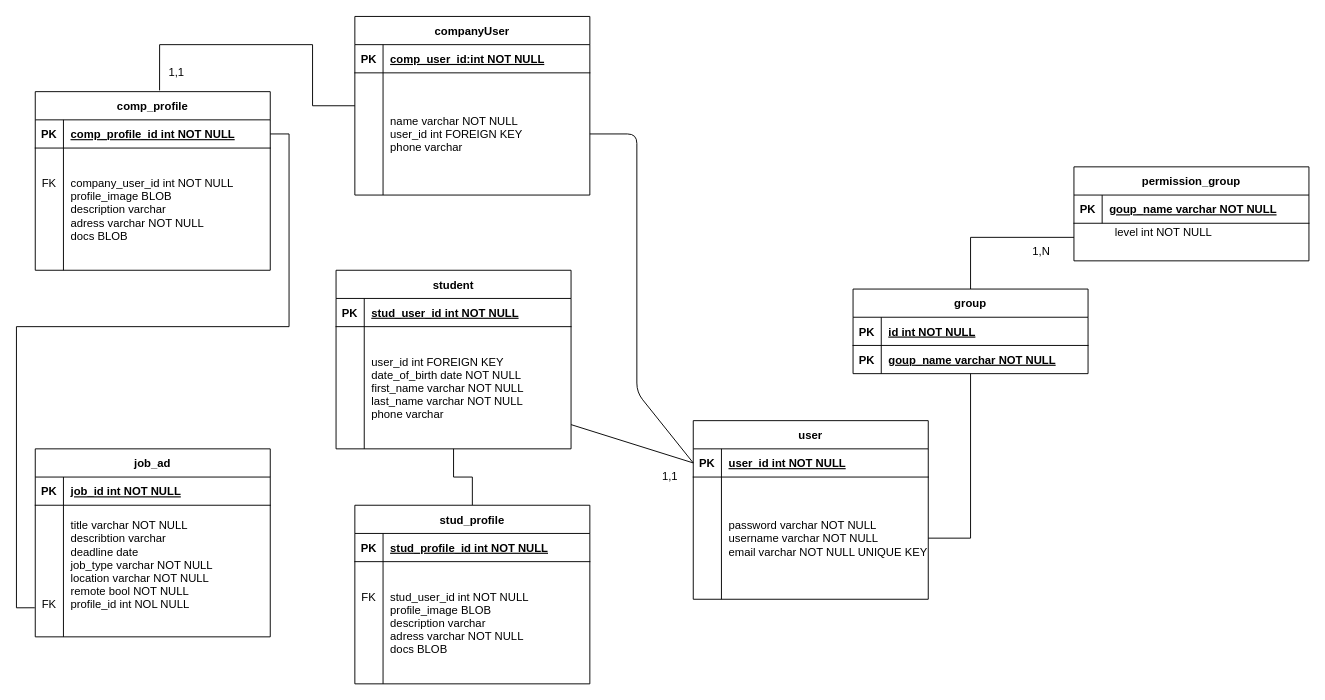
Above: page "Logisch" (1 of 2) of doc/diagram/ERDiagram.drawio in KlaraGolubovic/SE02 (draw.io), before the change. Source tidied: cells renumbered, new cells numbered last; positions are measured from the earlier drawing's top-left corner, leaving out a move shared by most shapes. Both pictures are drawn from the tidied source at 94%, with x=0, y=0 at pixel (35, 16).
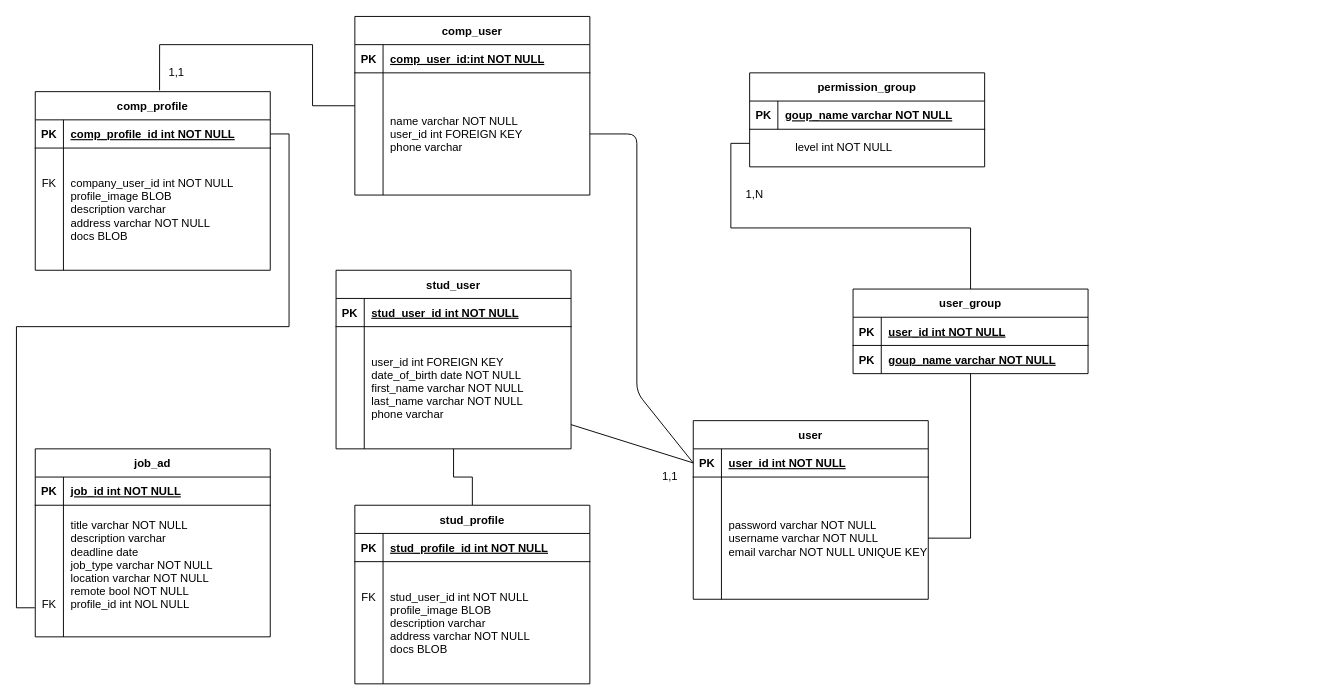
The same diagram, later.

Unchanged cells that the change refers to:
```xml
<mxCell id="10" style="shape=partialRectangle;fillColor=none;points=[[0,0.5],[1,0.5]];portConstraint=eastwest;top=0;left=0;right=0;bottom=0;" parent="6" vertex="1">
  <mxGeometry y="60" width="250" height="140" as="geometry" />
</mxCell>
<mxCell id="17" style="shape=partialRectangle;fillColor=none;top=0;left=0;right=0;bottom=0;" parent="13" vertex="1">
  <mxGeometry y="60" width="250" height="130" as="geometry" />
</mxCell>
<mxCell id="42" style="shape=partialRectangle;fillColor=none;top=0;left=0;right=0;bottom=0;" parent="38" vertex="1">
  <mxGeometry y="60" width="250" height="130" as="geometry" />
</mxCell>
<mxCell id="48" style="shape=partialRectangle;fillColor=none;top=0;left=0;right=0;bottom=1;" parent="47" vertex="1">
  <mxGeometry y="30" width="250" height="30" as="geometry" />
</mxCell>
```

What changed in the source:
```diff
@@
     <mxCell id="2" value="permission_group" style="shape=table;startSize=30;childLayout=tableLayout;rowLines=0;fontStyle=1;align=center;" parent="1" vertex="1">
-      <mxGeometry x="1105" y="160" width="250" height="100" as="geometry" />
+      <mxGeometry x="760" y="60" width="250" height="100" as="geometry" />
     </mxCell>
@@
-    <mxCell id="12" value="title varchar NOT NULL&#10;describtion varchar&#10;deadline date&#10;job_type varchar NOT NULL&#10;location varchar NOT NULL&#10;remote bool NOT NULL&#10;profile_id int NOL NULL&#10;" style="shape=partialRectangle;overflow=hidden;fillColor=none;top=0;left=0;bottom=0;right=0;align=left;spacingLeft=6;" parent="10" vertex="1">
+    <mxCell id="12" value="title varchar NOT NULL&#10;description varchar&#10;deadline date&#10;job_type varchar NOT NULL&#10;location varchar NOT NULL&#10;remote bool NOT NULL&#10;profile_id int NOL NULL&#10;" style="shape=partialRectangle;overflow=hidden;fillColor=none;top=0;left=0;bottom=0;right=0;align=left;spacingLeft=6;" parent="10" vertex="1">
       <mxGeometry x="30" width="220" height="140" as="geometry" />
     </mxCell>
@@
-    <mxCell id="19" value="company_user_id int NOT NULL&#10;profile_image BLOB&#10;description varchar &#10;adress varchar NOT NULL&#10;docs BLOB" style="shape=partialRectangle;overflow=hidden;fillColor=none;top=0;left=0;bottom=0;right=0;align=left;spacingLeft=6;fontStyle=0;" parent="17" vertex="1">
+    <mxCell id="19" value="company_user_id int NOT NULL&#10;profile_image BLOB&#10;description varchar &#10;address varchar NOT NULL&#10;docs BLOB" style="shape=partialRectangle;overflow=hidden;fillColor=none;top=0;left=0;bottom=0;right=0;align=left;spacingLeft=6;fontStyle=0;" parent="17" vertex="1">
       <mxGeometry x="30" width="220" height="130" as="geometry" />
     </mxCell>
@@
     <mxCell id="21" value="level int NOT NULL" style="text;html=1;align=center;verticalAlign=middle;strokeColor=none;fillColor=none;" parent="1" vertex="1">
-      <mxGeometry x="1140" y="220" width="120" height="20" as="geometry" />
+      <mxGeometry x="800" y="130" width="120" height="20" as="geometry" />
     </mxCell>
@@
-    <mxCell id="23" value="student" style="shape=table;startSize=30;childLayout=tableLayout;rowLines=0;fontStyle=1;align=center;" parent="1" vertex="1">
+    <mxCell id="23" value="stud_user" style="shape=table;startSize=30;childLayout=tableLayout;rowLines=0;fontStyle=1;align=center;" parent="1" vertex="1">
       <mxGeometry x="320" y="270" width="250" height="190" as="geometry" />
     </mxCell>
@@
-    <mxCell id="31" value="companyUser" style="shape=table;startSize=30;childLayout=tableLayout;rowLines=0;fontStyle=1;align=center;" parent="1" vertex="1">
+    <mxCell id="31" value="comp_user" style="shape=table;startSize=30;childLayout=tableLayout;rowLines=0;fontStyle=1;align=center;" parent="1" vertex="1">
       <mxGeometry x="340" width="250" height="190" as="geometry" />
     </mxCell>
@@
-    <mxCell id="44" value="stud_user_id int NOT NULL&#10;profile_image BLOB&#10;description varchar &#10;adress varchar NOT NULL&#10;docs BLOB" style="shape=partialRectangle;overflow=hidden;fillColor=none;top=0;left=0;bottom=0;right=0;align=left;spacingLeft=6;" parent="42" vertex="1">
+    <mxCell id="44" value="stud_user_id int NOT NULL&#10;profile_image BLOB&#10;description varchar &#10;address varchar NOT NULL&#10;docs BLOB" style="shape=partialRectangle;overflow=hidden;fillColor=none;top=0;left=0;bottom=0;right=0;align=left;spacingLeft=6;" parent="42" vertex="1">
       <mxGeometry x="30" width="220" height="130" as="geometry" />
     </mxCell>
@@
-    <mxCell id="47" value="group" style="shape=table;startSize=30;childLayout=tableLayout;rowLines=0;fontStyle=1;align=center;" parent="1" vertex="1">
+    <mxCell id="47" value="user_group" style="shape=table;startSize=30;childLayout=tableLayout;rowLines=0;fontStyle=1;align=center;" parent="1" vertex="1">
       <mxGeometry x="870" y="290" width="250" height="90" as="geometry" />
     </mxCell>
@@
-    <mxCell id="50" value="id int NOT NULL" style="shape=partialRectangle;overflow=hidden;fillColor=none;top=0;left=0;bottom=0;right=0;align=left;spacingLeft=6;fontStyle=5;" parent="48" vertex="1">
+    <mxCell id="50" value="user_id int NOT NULL" style="shape=partialRectangle;overflow=hidden;fillColor=none;top=0;left=0;bottom=0;right=0;align=left;spacingLeft=6;fontStyle=5;" parent="48" vertex="1">
       <mxGeometry x="30" width="220" height="30" as="geometry" />
     </mxCell>
@@
     <mxCell id="55" value="1,N" style="text;html=1;align=center;verticalAlign=middle;strokeColor=none;fillColor=none;" parent="1" vertex="1">
-      <mxGeometry x="1055" y="240" width="30" height="20" as="geometry" />
+      <mxGeometry x="750" y="180" width="30" height="20" as="geometry" />
     </mxCell>
```
